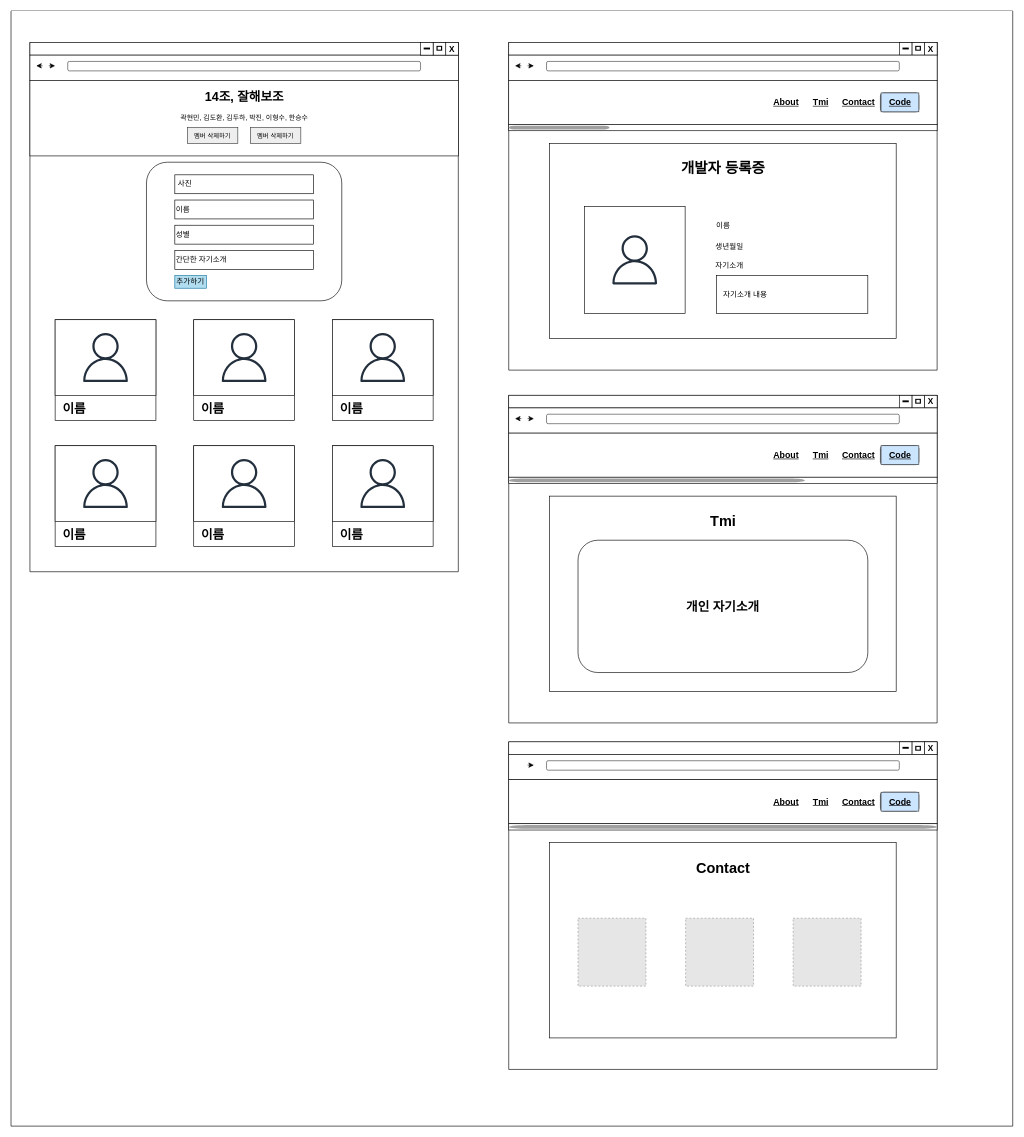
Hyunmin-Kwak-hub/spartagit keeps this draw.io diagram as 팀 자기소개 페이지 와이어프레임.drawio. Above is the earlier version. Source tidied: cells renumbered, new cells numbered last; positions are measured from the earlier drawing's top-left corner, leaving out a move shared by most shapes. Both pictures are drawn from the tidied source at 63%, with x=0, y=0 at pixel (11, 11). Pictures stored in the file or linked from it are replaced by grey dashed boxes.
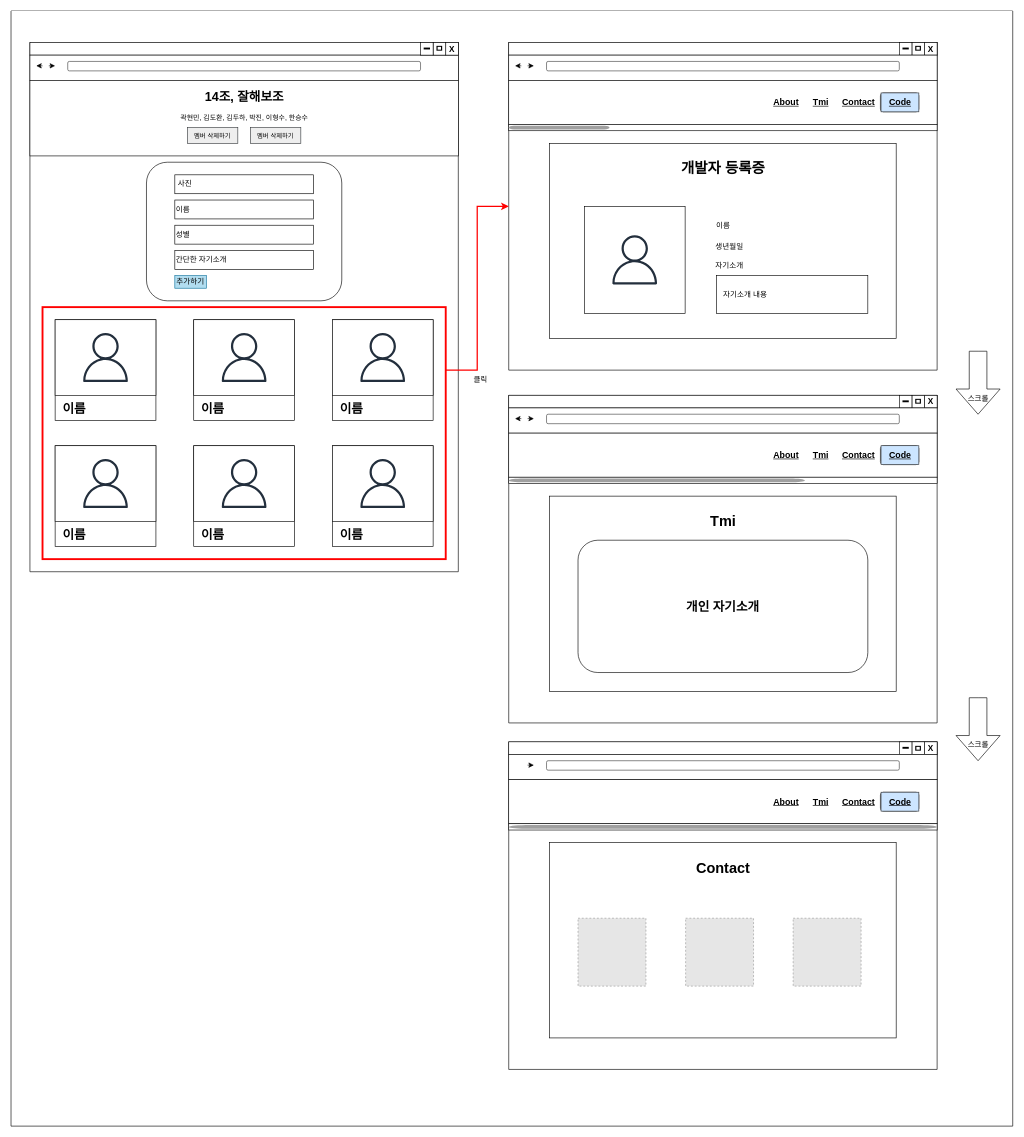
The same page after the edit.

Commit message:
팀 자기소개 페이지 와이어프레임.drawio 업데이트

The change refers to these unchanged cells:
```xml
<mxCell id="2" style="swimlane;startSize=0;swimlaneFillColor=default;" parent="1" vertex="1">
  <mxGeometry width="1590" height="1770" as="geometry" />
</mxCell>
<mxCell id="3" style="swimlane;startSize=0;swimlaneFillColor=default;" parent="1" vertex="1">
  <mxGeometry x="790" y="50" width="680" height="520" as="geometry" />
</mxCell>
<mxCell id="74" style="swimlane;startSize=0;gradientColor=none;swimlaneFillColor=default;" parent="1" vertex="1">
  <mxGeometry x="30" y="50" width="680" height="840" as="geometry" />
</mxCell>
```

Diff of the diagram source:
```diff
@@
+    <mxCell id="119" value="클릭" style="text;html=1;align=center;verticalAlign=middle;strokeColor=none;fillColor=none;" parent="2" vertex="1">
+      <mxGeometry x="720" y="570" width="50" height="30" as="geometry" />
+    </mxCell>
+    <mxCell id="120" style="html=1;shadow=0;dashed=0;align=center;verticalAlign=middle;shape=mxgraph.arrows2.arrow;dy=0.6;dx=40;direction=south;notch=0;" parent="2" vertex="1">
+      <mxGeometry x="1500" y="540" width="70" height="100" as="geometry" />
+    </mxCell>
+    <mxCell id="121" value="스크롤" style="text;html=1;align=center;verticalAlign=middle;strokeColor=none;fillColor=none;" parent="2" vertex="1">
+      <mxGeometry x="1505" y="600" width="60" height="30" as="geometry" />
+    </mxCell>
+    <mxCell id="122" style="html=1;shadow=0;dashed=0;align=center;verticalAlign=middle;shape=mxgraph.arrows2.arrow;dy=0.6;dx=40;direction=south;notch=0;" parent="2" vertex="1">
+      <mxGeometry x="1500" y="1090" width="70" height="100" as="geometry" />
+    </mxCell>
+    <mxCell id="123" value="스크롤" style="text;html=1;align=center;verticalAlign=middle;strokeColor=none;fillColor=none;" parent="2" vertex="1">
+      <mxGeometry x="1505" y="1150" width="60" height="30" as="geometry" />
+    </mxCell>
@@
+    <mxCell id="124" style="rounded=0;whiteSpace=wrap;html=1;fillColor=none;strokeColor=light-dark(#ff0000, #ededed);strokeWidth=3;" parent="74" vertex="1">
+      <mxGeometry x="20" y="420" width="640" height="400" as="geometry" />
+    </mxCell>
@@
+    <mxCell id="125" style="edgeStyle=orthogonalEdgeStyle;rounded=0;jettySize=auto;html=1;exitX=1;exitY=0.25;exitDx=0;exitDy=0;strokeColor=light-dark(#ff0000, #ededed);strokeWidth=2;" parent="1" edge="1" source="124" target="3">
+      <mxGeometry relative="1" as="geometry" />
+    </mxCell>
```
